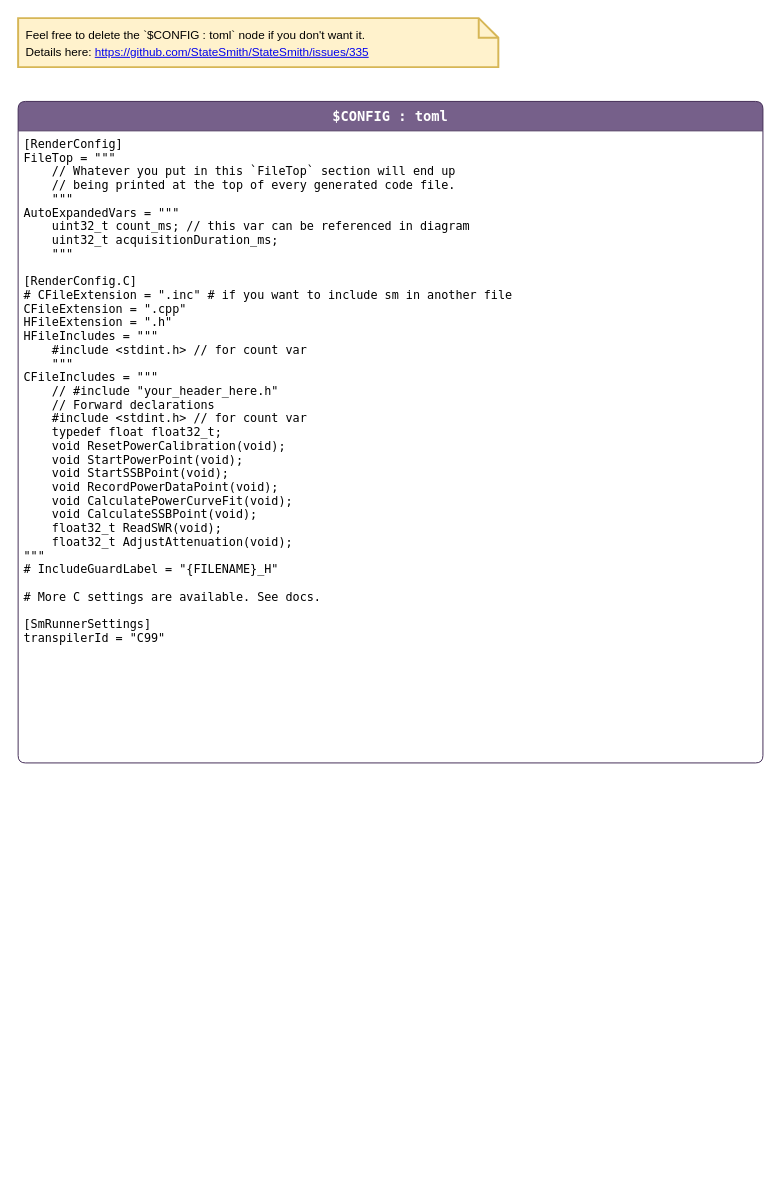
The draw.io diagram page "config" (2 of 3) of code/src/PhoenixSketch/PowerCalSm.drawio in KI3P/Phoenix, before the edit. Source tidied: cells renumbered, new cells numbered last; positions are measured from the earlier drawing's top-left corner, leaving out a move shared by most shapes. Both pictures are drawn from the tidied source at 98%, with x=0, y=0 at pixel (18, 18).
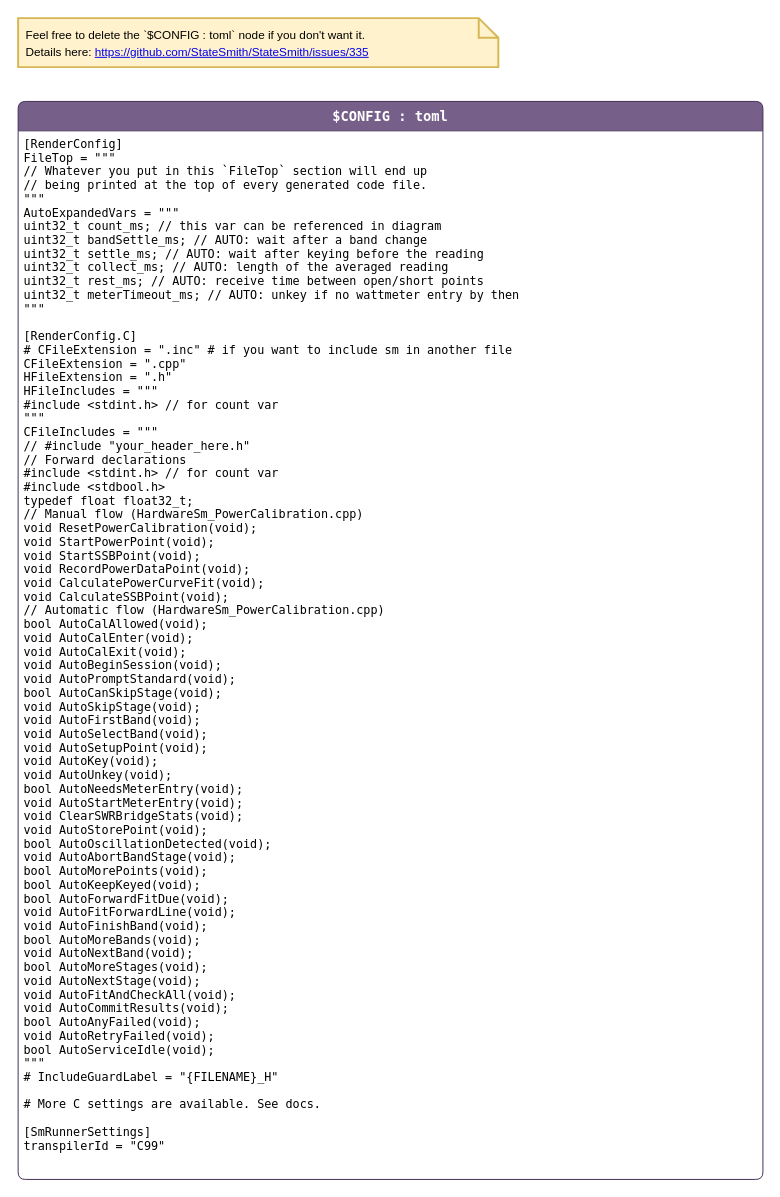
The same page after the edit.

Commit message (it also covers changes not shown here):
Add the automatic power and SWR calibration state machine

Change to the diagram source:
```diff
@@
 <mxGraphModel>
   <root>
     <mxCell id="0" />
     <mxCell id="1" parent="0" />
     <mxCell id="2" value="$CONFIG : toml" style="shape=swimlane;align=center;verticalAlign=top;fontFamily=Lucida Console;startSize=30;fontSize=14;fontStyle=1;swimlaneFillColor=default;rounded=1;arcSize=15;absoluteArcSize=1;fillColor=#76608a;strokeColor=#432D57;fontColor=#ffffff;" parent="1" vertex="1">
-      <mxGeometry y="85" width="760" height="675" as="geometry" />
+      <mxGeometry y="85" width="760" height="1100" as="geometry" />
     </mxCell>
-    <mxCell id="3" value="[RenderConfig]&#10;FileTop = &quot;&quot;&quot;&#10;    // Whatever you put in this `FileTop` section will end up &#10;    // being printed at the top of every generated code file.&#10;    &quot;&quot;&quot;&#10;AutoExpandedVars = &quot;&quot;&quot;&#10;    uint32_t count_ms; // this var can be referenced in diagram&#10;    uint32_t acquisitionDuration_ms;&#10;    &quot;&quot;&quot;&#10;&#10;[RenderConfig.C]&#10;# CFileExtension = &quot;.inc&quot; # if you want to include sm in another file&#10;CFileExtension = &quot;.cpp&quot;&#10;HFileExtension = &quot;.h&quot;&#10;HFileIncludes = &quot;&quot;&quot;&#10;    #include &lt;stdint.h&gt; // for count var&#10;    &quot;&quot;&quot;&#10;CFileIncludes = &quot;&quot;&quot;&#10;    // #include &quot;your_header_here.h&quot;&#10;    // Forward declarations&#10;    #include &lt;stdint.h&gt; // for count var&#10;    typedef float float32_t;&#10;    void ResetPowerCalibration(void);&#10;    void StartPowerPoint(void);&#10;    void StartSSBPoint(void);&#10;    void RecordPowerDataPoint(void);&#10;    void CalculatePowerCurveFit(void);&#10;    void CalculateSSBPoint(void);&#10;    float32_t ReadSWR(void);&#10;    float32_t AdjustAttenuation(void);&#10;&quot;&quot;&quot;&#10;# IncludeGuardLabel = &quot;{FILENAME}_H&quot;&#10;&#10;# More C settings are available. See docs.&#10;&#10;[SmRunnerSettings]&#10;transpilerId = &quot;C99&quot;" style="fontFamily=Lucida Console;align=left;verticalAlign=top;fillColor=none;gradientColor=none;strokeColor=none;rounded=0;spacingLeft=4;" parent="2" vertex="1">
-      <mxGeometry y="30" width="350" height="550" as="geometry" />
+    <mxCell id="3" value="[RenderConfig]&#10;FileTop = &quot;&quot;&quot;&#10;    // Whatever you put in this `FileTop` section will end up&#10;    // being printed at the top of every generated code file.&#10;    &quot;&quot;&quot;&#10;AutoExpandedVars = &quot;&quot;&quot;&#10;    uint32_t count_ms; // this var can be referenced in diagram&#10;    uint32_t bandSettle_ms;   // AUTO: wait after a band change&#10;    uint32_t settle_ms;       // AUTO: wait after keying before the reading&#10;    uint32_t collect_ms;      // AUTO: length of the averaged reading&#10;    uint32_t rest_ms;         // AUTO: receive time between open/short points&#10;    uint32_t meterTimeout_ms; // AUTO: unkey if no wattmeter entry by then&#10;    &quot;&quot;&quot;&#10;&#10;[RenderConfig.C]&#10;# CFileExtension = &quot;.inc&quot; # if you want to include sm in another file&#10;CFileExtension = &quot;.cpp&quot;&#10;HFileExtension = &quot;.h&quot;&#10;HFileIncludes = &quot;&quot;&quot;&#10;    #include &lt;stdint.h&gt; // for count var&#10;    &quot;&quot;&quot;&#10;CFileIncludes = &quot;&quot;&quot;&#10;    // #include &quot;your_header_here.h&quot;&#10;    // Forward declarations&#10;    #include &lt;stdint.h&gt; // for count var&#10;    #include &lt;stdbool.h&gt;&#10;    typedef float float32_t;&#10;    // Manual flow (HardwareSm_PowerCalibration.cpp)&#10;    void ResetPowerCalibration(void);&#10;    void StartPowerPoint(void);&#10;    void StartSSBPoint(void);&#10;    void RecordPowerDataPoint(void);&#10;    void CalculatePowerCurveFit(void);&#10;    void CalculateSSBPoint(void);&#10;    // Automatic flow (HardwareSm_PowerCalibration.cpp)&#10;    bool AutoCalAllowed(void);&#10;    void AutoCalEnter(void);&#10;    void AutoCalExit(void);&#10;    void AutoBeginSession(void);&#10;    void AutoPromptStandard(void);&#10;    bool AutoCanSkipStage(void);&#10;    void AutoSkipStage(void);&#10;    void AutoFirstBand(void);&#10;    void AutoSelectBand(void);&#10;    void AutoSetupPoint(void);&#10;    void AutoKey(void);&#10;    void AutoUnkey(void);&#10;    bool AutoNeedsMeterEntry(void);&#10;    void AutoStartMeterEntry(void);&#10;    void ClearSWRBridgeStats(void);&#10;    void AutoStorePoint(void);&#10;    bool AutoOscillationDetected(void);&#10;    void AutoAbortBandStage(void);&#10;    bool AutoMorePoints(void);&#10;    bool AutoKeepKeyed(void);&#10;    bool AutoForwardFitDue(void);&#10;    void AutoFitForwardLine(void);&#10;    void AutoFinishBand(void);&#10;    bool AutoMoreBands(void);&#10;    void AutoNextBand(void);&#10;    bool AutoMoreStages(void);&#10;    void AutoNextStage(void);&#10;    void AutoFitAndCheckAll(void);&#10;    void AutoCommitResults(void);&#10;    bool AutoAnyFailed(void);&#10;    void AutoRetryFailed(void);&#10;    bool AutoServiceIdle(void);&#10;&quot;&quot;&quot;&#10;# IncludeGuardLabel = &quot;{FILENAME}_H&quot;&#10;&#10;# More C settings are available. See docs.&#10;&#10;[SmRunnerSettings]&#10;transpilerId = &quot;C99&quot;" style="fontFamily=Lucida Console;align=left;verticalAlign=top;fillColor=none;gradientColor=none;strokeColor=none;rounded=0;spacingLeft=4;" parent="2" vertex="1">
+      <mxGeometry y="30" width="520" height="1050" as="geometry" />
     </mxCell>
     <mxCell id="4" value="&lt;span style=&quot;color: rgb(0, 0, 0); font-size: 12px;&quot;&gt;Feel free to delete the `$CONFIG : toml` node if you don't want it.&lt;/span&gt;&lt;br style=&quot;color: rgb(0, 0, 0); font-size: 12px;&quot;&gt;&lt;span style=&quot;color: rgb(0, 0, 0); font-size: 12px;&quot;&gt;Details here:&amp;nbsp;&lt;/span&gt;&lt;a style=&quot;font-size: 12px;&quot; href=&quot;https://github.com/StateSmith/StateSmith/issues/335&quot;&gt;https://github.com/StateSmith/StateSmith/issues/335&lt;/a&gt;" style="shape=note;strokeWidth=2;fontSize=14;size=20;whiteSpace=wrap;html=1;fillColor=#fff2cc;strokeColor=#d6b656;fontColor=#2B2B00;align=left;spacingLeft=6;" parent="1" vertex="1">
       <mxGeometry width="490" height="50" as="geometry" />
     </mxCell>
   </root>
 </mxGraphModel>
```
